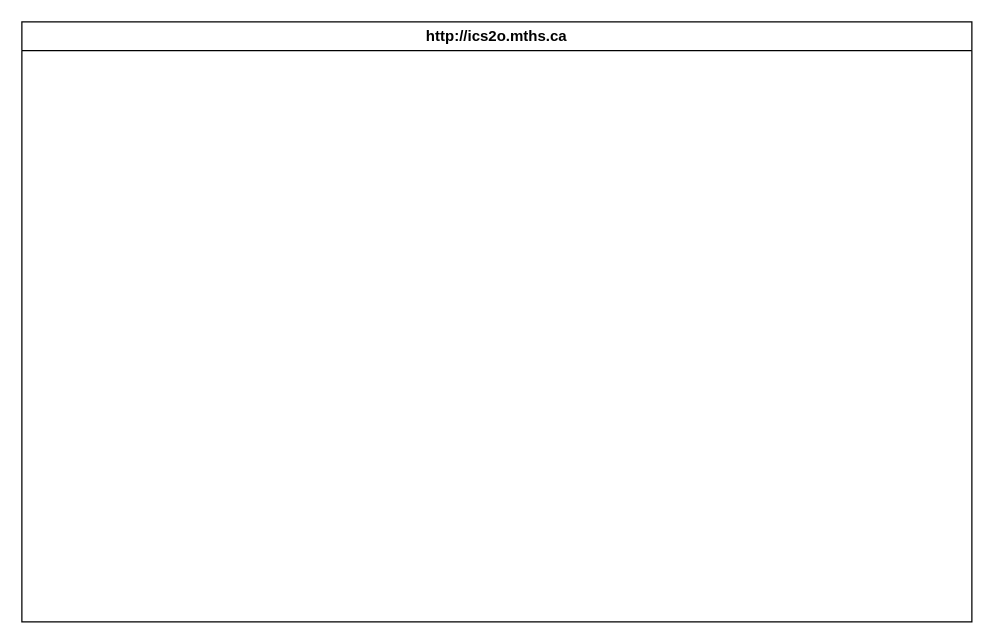
Earlier version of the draw.io diagram design/storyboard.drawio (MTHS-ICS2O-2-2022/ICS2O-Unit-3-03-Fares-Abdelkader). Source tidied: cells renumbered, new cells numbered last; positions are measured from the earlier drawing's top-left corner, leaving out a move shared by most shapes. Both pictures are drawn from the tidied source at 125%, with x=0, y=0 at pixel (21, 21).
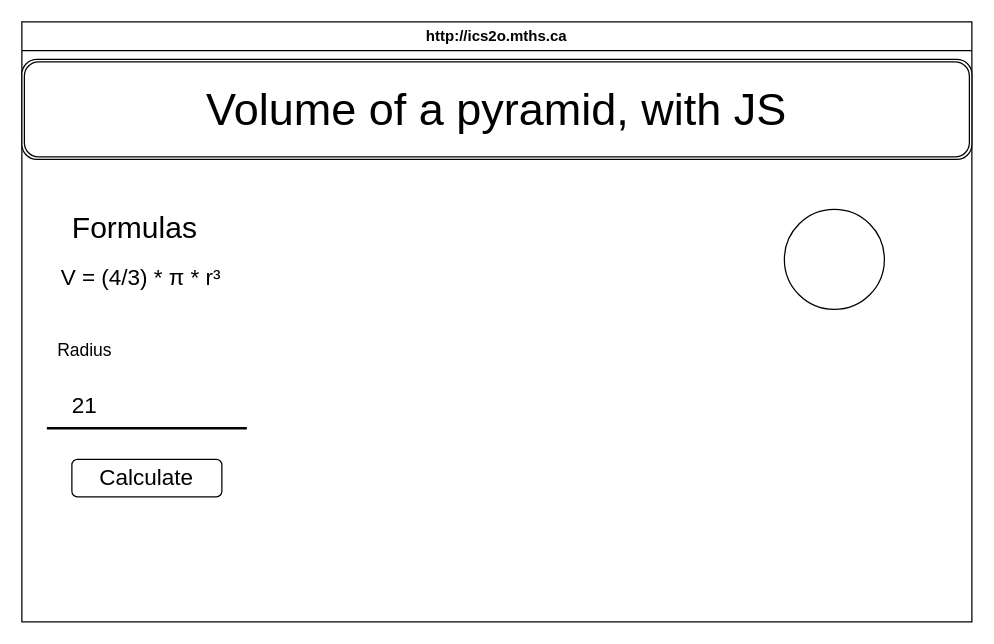
After the change.

Diff of the diagram source:
```diff
@@
 <mxGraphModel>
   <root>
     <mxCell id="0" />
     <mxCell id="1" parent="0" />
     <mxCell id="2" value="http://ics2o.mths.ca" style="swimlane;whiteSpace=wrap;html=1;" parent="1" vertex="1">
       <mxGeometry width="760" height="480" as="geometry" />
     </mxCell>
+    <mxCell id="3" value="&lt;font style=&quot;font-size: 36px;&quot;&gt;Volume of a pyramid, with JS&lt;/font&gt;" style="shape=ext;double=1;rounded=1;whiteSpace=wrap;html=1;" parent="2" vertex="1">
+      <mxGeometry y="30" width="760" height="80" as="geometry" />
+    </mxCell>
+    <mxCell id="4" style="ellipse;whiteSpace=wrap;html=1;fontSize=36;" parent="2" vertex="1">
+      <mxGeometry x="610" y="150" width="80" height="80" as="geometry" />
+    </mxCell>
+    <mxCell id="5" style="line;strokeWidth=2;html=1;fontSize=36;" parent="2" vertex="1">
+      <mxGeometry x="20" y="320" width="160" height="10" as="geometry" />
+    </mxCell>
+    <mxCell id="6" value="&lt;font style=&quot;font-size: 18px;&quot;&gt;21&lt;/font&gt;" style="text;html=1;align=center;verticalAlign=middle;strokeColor=none;fillColor=none;fontSize=36;" parent="2" vertex="1">
+      <mxGeometry x="30" y="270" width="40" height="60" as="geometry" />
+    </mxCell>
+    <mxCell id="7" value="V =&amp;nbsp;(4/3) * π * r³" style="text;html=1;align=center;verticalAlign=middle;strokeColor=none;fillColor=none;fontSize=18;" parent="2" vertex="1">
+      <mxGeometry x="20" y="190" width="150" height="30" as="geometry" />
+    </mxCell>
+    <mxCell id="8" value="&lt;font style=&quot;font-size: 24px;&quot;&gt;Formulas&lt;/font&gt;" style="text;html=1;align=center;verticalAlign=middle;strokeColor=none;fillColor=none;fontSize=18;" parent="2" vertex="1">
+      <mxGeometry x="30" y="145" width="120" height="40" as="geometry" />
+    </mxCell>
+    <mxCell id="9" value="Calculate" style="rounded=1;whiteSpace=wrap;html=1;fontSize=18;" parent="2" vertex="1">
+      <mxGeometry x="40" y="350" width="120" height="30" as="geometry" />
+    </mxCell>
+    <mxCell id="10" value="&lt;font style=&quot;font-size: 14px;&quot;&gt;Radius&lt;/font&gt;" style="text;html=1;align=center;verticalAlign=middle;strokeColor=none;fillColor=none;fontSize=24;" parent="2" vertex="1">
+      <mxGeometry x="15" y="240" width="70" height="40" as="geometry" />
+    </mxCell>
   </root>
 </mxGraphModel>
```
